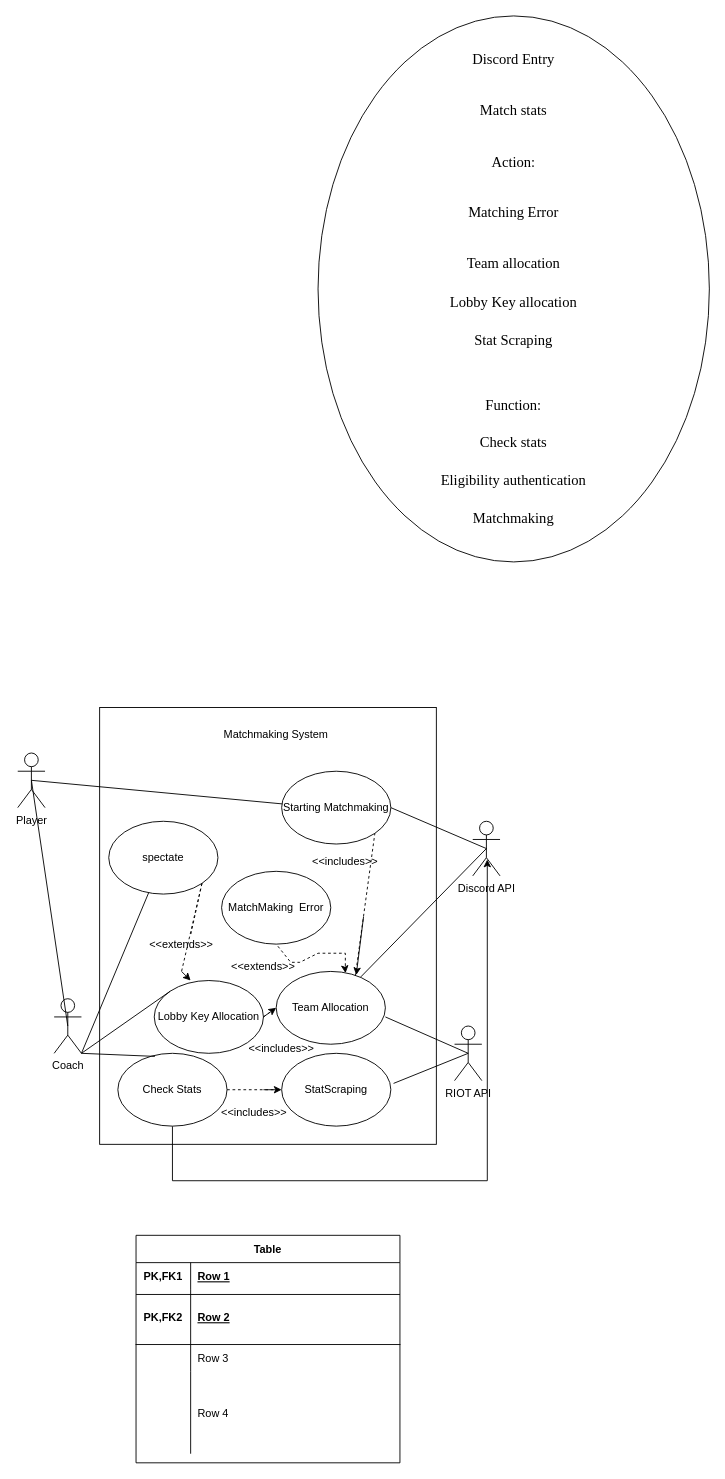
The draw.io diagram Untitled Diagram.drawio in Kitchlew/BACKUP_CONSOLE, before the edit. Source tidied: cells renumbered, new cells numbered last; positions are measured from the earlier drawing's top-left corner, leaving out a move shared by most shapes. Both pictures are drawn from the tidied source at 91%, with x=0, y=0 at pixel (17, 15).
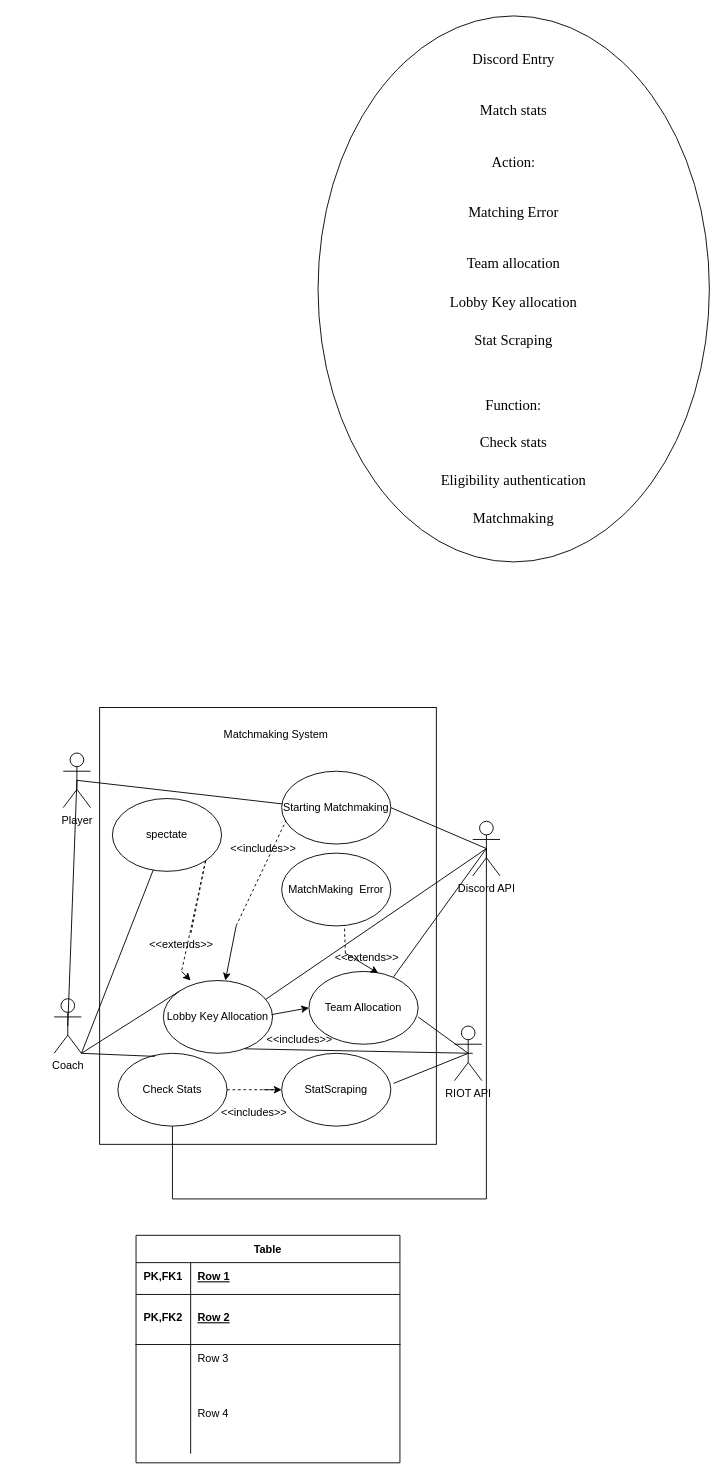
After the change.

Unchanged cells that the change refers to:
```xml
<mxCell id="6" value="RIOT API" style="shape=umlActor;verticalLabelPosition=bottom;verticalAlign=top;html=1;outlineConnect=0;" parent="1" vertex="1">
  <mxGeometry x="480" y="1110" width="30" height="60" as="geometry" />
</mxCell>
<mxCell id="11" value="Check Stats" style="ellipse;whiteSpace=wrap;html=1;" parent="1" vertex="1">
  <mxGeometry x="110" y="1140" width="120" height="80" as="geometry" />
</mxCell>
<mxCell id="12" value="Starting Matchmaking" style="ellipse;whiteSpace=wrap;html=1;" parent="1" vertex="1">
  <mxGeometry x="290" y="830" width="120" height="80" as="geometry" />
</mxCell>
<mxCell id="23" value="Discord API" style="shape=umlActor;verticalLabelPosition=bottom;verticalAlign=top;html=1;outlineConnect=0;" parent="1" vertex="1">
  <mxGeometry x="500" y="885" width="30" height="60" as="geometry" />
</mxCell>
```

Diff of the diagram source:
```diff
@@
     <mxCell id="5" value="Player" style="shape=umlActor;verticalLabelPosition=bottom;verticalAlign=top;html=1;outlineConnect=0;" parent="1" vertex="1">
-      <mxGeometry y="810" width="30" height="60" as="geometry" />
+      <mxGeometry x="50" y="810" width="30" height="60" as="geometry" />
     </mxCell>
@@
     <mxCell id="8" value="spectate" style="ellipse;whiteSpace=wrap;html=1;" parent="1" vertex="1">
-      <mxGeometry x="100" y="885" width="120" height="80" as="geometry" />
+      <mxGeometry x="104" y="860" width="120" height="80" as="geometry" />
     </mxCell>
@@
-    <mxCell id="10" style="edgeStyle=orthogonalEdgeStyle;rounded=0;jettySize=auto;html=1;exitX=0.5;exitY=1;exitDx=0;exitDy=0;entryX=0.533;entryY=0.7;entryDx=0;entryDy=0;entryPerimeter=0;" parent="1" edge="1" source="11" target="23">
-      <mxGeometry relative="1" as="geometry">
-        <Array as="points">
-          <mxPoint x="170" y="1280" />
-          <mxPoint x="516" y="1280" />
-        </Array>
-      </mxGeometry>
-    </mxCell>
@@
     <mxCell id="13" value="MatchMaking &amp;nbsp;Error" style="ellipse;whiteSpace=wrap;html=1;" parent="1" vertex="1">
-      <mxGeometry x="224" y="940" width="120" height="80" as="geometry" />
+      <mxGeometry x="290" y="920" width="120" height="80" as="geometry" />
     </mxCell>
@@
     <mxCell id="16" value="Team Allocation" style="ellipse;whiteSpace=wrap;html=1;" parent="1" vertex="1">
-      <mxGeometry x="284" y="1050" width="120" height="80" as="geometry" />
+      <mxGeometry x="320" y="1050" width="120" height="80" as="geometry" />
     </mxCell>
     <mxCell id="17" value="Lobby Key Allocation" style="ellipse;whiteSpace=wrap;html=1;" parent="1" vertex="1">
-      <mxGeometry x="150" y="1060" width="120" height="80" as="geometry" />
+      <mxGeometry x="160" y="1060" width="120" height="80" as="geometry" />
     </mxCell>
     <mxCell id="18" style="endArrow=none;html=1;rounded=0;exitX=0.5;exitY=0.5;exitDx=0;exitDy=0;exitPerimeter=0;entryX=1;entryY=0.625;entryDx=0;entryDy=0;entryPerimeter=0;" parent="1" edge="1" source="6" target="16">
-      <mxGeometry relative="1" as="geometry" />
+      <mxGeometry relative="1" as="geometry">
+        <Array as="points">
+          <mxPoint x="495" y="1140" />
+        </Array>
+      </mxGeometry>
     </mxCell>
@@
     <mxCell id="22" value="&amp;lt;&amp;lt;extends&amp;gt;&amp;gt;" style="text;html=1;strokeColor=none;fillColor=none;align=center;verticalAlign=middle;whiteSpace=wrap;rounded=0;" parent="1" vertex="1">
-      <mxGeometry x="230" y="1030" width="80" height="30" as="geometry" />
+      <mxGeometry x="344" y="1020" width="80" height="30" as="geometry" />
     </mxCell>
@@
-    <mxCell id="27" value="&amp;lt;&amp;lt;includes&amp;gt;&amp;gt;" style="text;html=1;strokeColor=none;fillColor=none;align=center;verticalAlign=middle;whiteSpace=wrap;rounded=0;" parent="1" vertex="1">
-      <mxGeometry x="260" y="1120" width="60" height="30" as="geometry" />
-    </mxCell>
@@
-    <mxCell id="29" style="endArrow=none;dashed=1;html=1;rounded=0;exitX=1;exitY=0.5;exitDx=0;exitDy=0;entryX=0;entryY=0.5;entryDx=0;entryDy=0;" parent="1" edge="1" source="17" target="16">
-      <mxGeometry relative="1" as="geometry" />
-    </mxCell>
@@
-    <mxCell id="46" style="endArrow=classic;html=1;rounded=0;entryX=0;entryY=0.5;entryDx=0;entryDy=0;exitX=1;exitY=0.5;exitDx=0;exitDy=0;" parent="1" edge="1" source="17" target="16">
+    <mxCell id="46" style="endArrow=classic;html=1;rounded=0;entryX=0;entryY=0.5;entryDx=0;entryDy=0;exitX=0.992;exitY=0.468;exitDx=0;exitDy=0;exitPerimeter=0;" parent="1" edge="1" source="17" target="16">
       <mxGeometry relative="1" as="geometry" />
     </mxCell>
@@
     <mxCell id="49" style="endArrow=classic;html=1;rounded=0;entryX=0.635;entryY=0.023;entryDx=0;entryDy=0;entryPerimeter=0;" parent="1" edge="1" target="16">
       <mxGeometry relative="1" as="geometry">
-        <mxPoint x="360" y="1050" as="sourcePoint" />
+        <mxPoint x="360" y="1030" as="sourcePoint" />
       </mxGeometry>
     </mxCell>
-    <mxCell id="50" style="endArrow=none;dashed=1;html=1;rounded=0;entryX=0.5;entryY=1;entryDx=0;entryDy=0;" parent="1" edge="1" target="13">
-      <mxGeometry relative="1" as="geometry">
-        <mxPoint x="360" y="1050" as="sourcePoint" />
-        <Array as="points">
-          <mxPoint x="360" y="1030" />
-          <mxPoint x="330" y="1030" />
-          <mxPoint x="310" y="1040" />
-          <mxPoint x="300" y="1040" />
-        </Array>
-      </mxGeometry>
-    </mxCell>
@@
-    <mxCell id="53" style="endArrow=none;dashed=1;html=1;rounded=0;entryX=1;entryY=1;entryDx=0;entryDy=0;exitX=0.725;exitY=0.063;exitDx=0;exitDy=0;exitPerimeter=0;" parent="1" edge="1" source="16" target="12">
-      <mxGeometry relative="1" as="geometry" />
-    </mxCell>
-    <mxCell id="54" style="endArrow=classic;html=1;rounded=0;entryX=0.733;entryY=0.05;entryDx=0;entryDy=0;entryPerimeter=0;" parent="1" edge="1" target="16">
-      <mxGeometry relative="1" as="geometry">
-        <mxPoint x="380" y="990" as="sourcePoint" />
-      </mxGeometry>
-    </mxCell>
+    <mxCell id="56" style="endArrow=none;html=1;rounded=0;exitX=0.748;exitY=0.938;exitDx=0;exitDy=0;exitPerimeter=0;startArrow=none;" parent="1" edge="1" source="17">
+      <mxGeometry relative="1" as="geometry">
+        <mxPoint x="500" y="1140" as="targetPoint" />
+      </mxGeometry>
+    </mxCell>
+    <mxCell id="27" value="&amp;lt;&amp;lt;includes&amp;gt;&amp;gt;" style="text;html=1;strokeColor=none;fillColor=none;align=center;verticalAlign=middle;whiteSpace=wrap;rounded=0;" parent="1" vertex="1">
+      <mxGeometry x="280" y="1110" width="60" height="30" as="geometry" />
+    </mxCell>
+    <mxCell id="57" style="endArrow=none;html=1;rounded=0;exitX=0.933;exitY=0.263;exitDx=0;exitDy=0;exitPerimeter=0;entryX=0.5;entryY=0.5;entryDx=0;entryDy=0;entryPerimeter=0;" parent="1" edge="1" source="17" target="23">
+      <mxGeometry relative="1" as="geometry" />
+    </mxCell>
+    <mxCell id="58" style="endArrow=none;dashed=1;html=1;rounded=0;entryX=0.575;entryY=0.99;entryDx=0;entryDy=0;entryPerimeter=0;" parent="1" edge="1" target="13">
+      <mxGeometry relative="1" as="geometry">
+        <mxPoint x="360" y="1030" as="sourcePoint" />
+      </mxGeometry>
+    </mxCell>
+    <mxCell id="59" style="endArrow=none;dashed=1;html=1;rounded=0;entryX=0.04;entryY=0.677;entryDx=0;entryDy=0;entryPerimeter=0;" parent="1" edge="1" target="12">
+      <mxGeometry relative="1" as="geometry">
+        <mxPoint x="240" y="1000" as="sourcePoint" />
+      </mxGeometry>
+    </mxCell>
+    <mxCell id="60" style="endArrow=classic;html=1;rounded=0;entryX=0.568;entryY=0;entryDx=0;entryDy=0;entryPerimeter=0;" parent="1" edge="1" target="17">
+      <mxGeometry relative="1" as="geometry">
+        <mxPoint x="240" y="1000" as="sourcePoint" />
+      </mxGeometry>
+    </mxCell>
     <mxCell id="55" value="&amp;lt;&amp;lt;includes&amp;gt;&amp;gt;" style="text;html=1;strokeColor=none;fillColor=none;align=center;verticalAlign=middle;whiteSpace=wrap;rounded=0;" parent="1" vertex="1">
-      <mxGeometry x="330" y="915" width="60" height="30" as="geometry" />
+      <mxGeometry x="240" y="900" width="60" height="30" as="geometry" />
     </mxCell>
+    <mxCell id="10" style="endArrow=none;html=1;rounded=0;exitX=0.5;exitY=1;exitDx=0;exitDy=0;entryX=0.5;entryY=0.5;entryDx=0;entryDy=0;entryPerimeter=0;" parent="1" edge="1" source="11" target="23">
+      <mxGeometry relative="1" as="geometry">
+        <Array as="points">
+          <mxPoint x="170" y="1300" />
+          <mxPoint x="515" y="1300" />
+        </Array>
+      </mxGeometry>
+    </mxCell>
```
